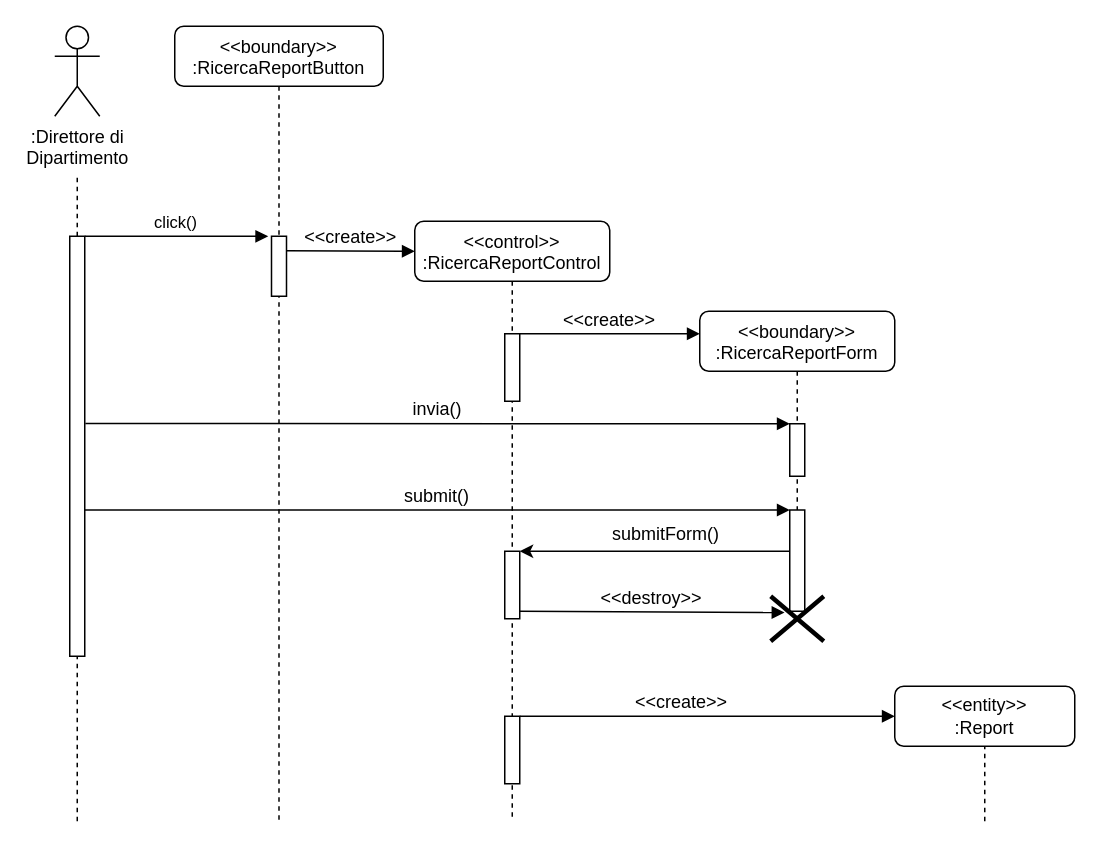
The draw.io diagram Documentazione/Resources/Sequence Diagram/Sequence Diagram SearchReport.drawio in Alberto-00/EasyPass, before the edit. Source tidied: cells renumbered, new cells numbered last; positions are measured from the earlier drawing's top-left corner, leaving out a move shared by most shapes. Both pictures are drawn from the tidied source at 150%, with x=0, y=0 at pixel (54, 26).
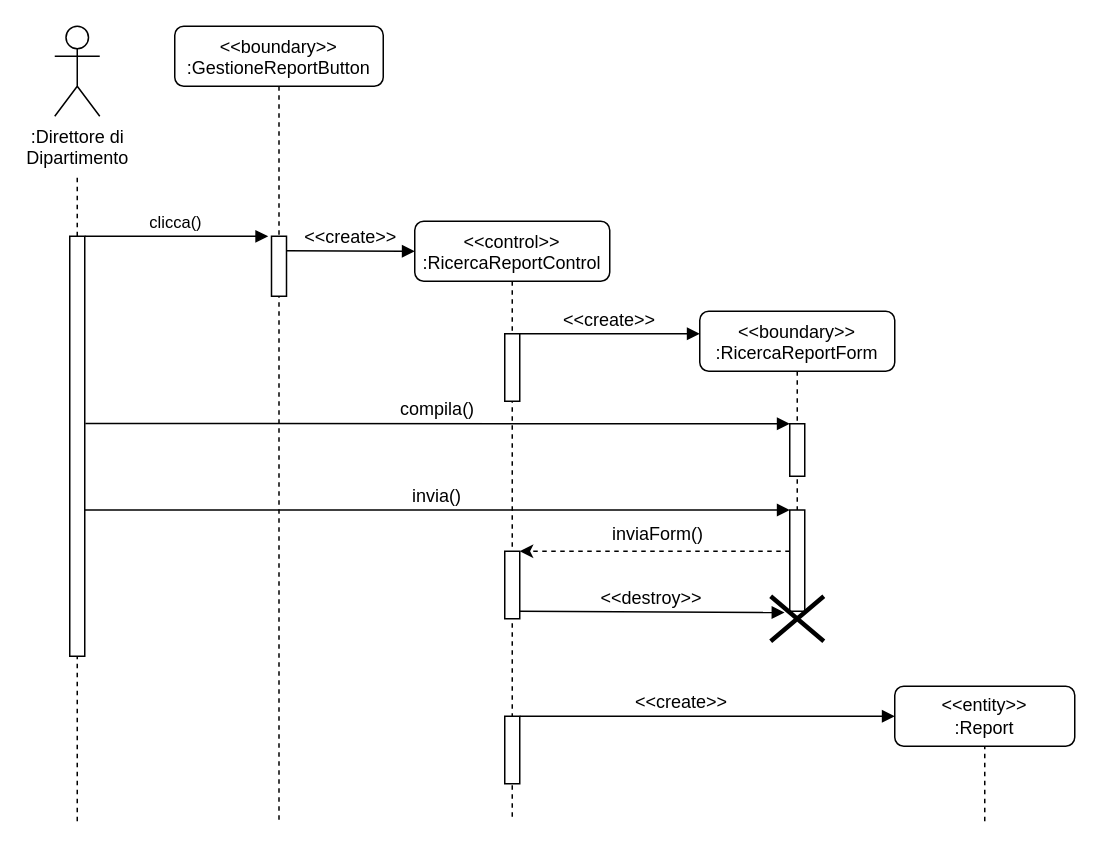
The same diagram, later.

Commit message (it also covers changes not shown here):
Sequence Diagram

Unchanged cells that the change refers to:
```xml
<mxCell id="3" style="points=[];perimeter=orthogonalPerimeter;rounded=0;shadow=0;strokeWidth=1;" parent="2" vertex="1">
  <mxGeometry x="64.5" y="140" width="10" height="40" as="geometry" />
</mxCell>
<mxCell id="13" style="points=[];perimeter=orthogonalPerimeter;rounded=0;shadow=0;strokeWidth=1;" parent="1" vertex="1">
  <mxGeometry x="10" y="140" width="10" height="280" as="geometry" />
</mxCell>
<mxCell id="14" value="&lt;&lt;boundary&gt;&gt;&#10;:RicercaReportForm" style="shape=umlLifeline;perimeter=lifelinePerimeter;rounded=1;shadow=0;strokeWidth=1;" parent="1" vertex="1">
  <mxGeometry x="430" y="190" width="130" height="200" as="geometry" />
</mxCell>
<mxCell id="17" style="points=[];perimeter=orthogonalPerimeter;rounded=0;shadow=0;strokeWidth=1;" parent="14" vertex="1">
  <mxGeometry x="60" y="132.5" width="10" height="67.5" as="geometry" />
</mxCell>
```

The edit, as a diff of the source:
```diff
@@
-    <mxCell id="2" value="&lt;&lt;boundary&gt;&gt;&#10;:RicercaReportButton" style="shape=umlLifeline;perimeter=lifelinePerimeter;rounded=1;shadow=0;strokeWidth=1;fontSize=12;" parent="1" vertex="1">
+    <mxCell id="2" value="&lt;&lt;boundary&gt;&gt;&#10;:GestioneReportButton" style="shape=umlLifeline;perimeter=lifelinePerimeter;rounded=1;shadow=0;strokeWidth=1;fontSize=12;" parent="1" vertex="1">
       <mxGeometry x="80" width="139" height="530" as="geometry" />
     </mxCell>
@@
-    <mxCell id="10" value="click()" style="verticalAlign=bottom;endArrow=block;shadow=0;strokeWidth=1;entryX=-0.217;entryY=0.002;entryDx=0;entryDy=0;entryPerimeter=0;" parent="1" edge="1" source="13" target="3">
+    <mxCell id="10" value="clicca()" style="verticalAlign=bottom;endArrow=block;shadow=0;strokeWidth=1;entryX=-0.217;entryY=0.002;entryDx=0;entryDy=0;entryPerimeter=0;" parent="1" edge="1" source="13" target="3">
       <mxGeometry relative="1" as="geometry" />
     </mxCell>
@@
-    <mxCell id="16" value="invia()" style="verticalAlign=bottom;endArrow=block;shadow=0;strokeWidth=1;entryX=-0.217;entryY=0.002;entryDx=0;entryDy=0;entryPerimeter=0;exitX=1.041;exitY=0.446;exitDx=0;exitDy=0;exitPerimeter=0;fontSize=12;" parent="14" edge="1" source="13">
+    <mxCell id="16" value="compila()" style="verticalAlign=bottom;endArrow=block;shadow=0;strokeWidth=1;entryX=-0.217;entryY=0.002;entryDx=0;entryDy=0;entryPerimeter=0;exitX=1.041;exitY=0.446;exitDx=0;exitDy=0;exitPerimeter=0;fontSize=12;" parent="14" edge="1" source="13">
       <mxGeometry relative="1" as="geometry">
         <mxPoint x="60" y="75" as="targetPoint" />
       </mxGeometry>
     </mxCell>
@@
-    <mxCell id="18" value="submit()" style="verticalAlign=bottom;endArrow=block;shadow=0;strokeWidth=1;entryX=-0.217;entryY=0.002;entryDx=0;entryDy=0;entryPerimeter=0;exitX=1;exitY=0.658;exitDx=0;exitDy=0;exitPerimeter=0;fontSize=12;" parent="14" edge="1">
+    <mxCell id="18" value="invia()" style="verticalAlign=bottom;endArrow=block;shadow=0;strokeWidth=1;entryX=-0.217;entryY=0.002;entryDx=0;entryDy=0;entryPerimeter=0;exitX=1;exitY=0.658;exitDx=0;exitDy=0;exitPerimeter=0;fontSize=12;" parent="14" edge="1">
       <mxGeometry relative="1" as="geometry">
         <mxPoint x="-410" y="132.5" as="sourcePoint" />
         <mxPoint x="60" y="132.5" as="targetPoint" />
       </mxGeometry>
     </mxCell>
@@
-    <mxCell id="20" style="endArrow=classic;html=1;rounded=0;exitX=0;exitY=0.407;exitDx=0;exitDy=0;exitPerimeter=0;" parent="1" edge="1" source="17">
+    <mxCell id="20" style="endArrow=classic;html=1;rounded=0;exitX=0;exitY=0.407;exitDx=0;exitDy=0;exitPerimeter=0;dashed=1;" parent="1" edge="1" source="17">
       <mxGeometry relative="1" as="geometry">
         <mxPoint x="310" y="350" as="targetPoint" />
       </mxGeometry>
     </mxCell>
-    <mxCell id="21" value="&lt;span style=&quot;color: rgb(0 , 0 , 0) ; font-family: &amp;#34;helvetica&amp;#34; ; font-style: normal ; font-weight: 400 ; letter-spacing: normal ; text-align: center ; text-indent: 0px ; text-transform: none ; word-spacing: 0px ; background-color: rgb(255 , 255 , 255) ; display: inline ; float: none&quot;&gt;&lt;font style=&quot;font-size: 12px&quot;&gt;submitForm()&lt;/font&gt;&lt;/span&gt;" style="text;whiteSpace=wrap;html=1;" parent="1" vertex="1">
+    <mxCell id="21" value="&lt;span style=&quot;color: rgb(0 , 0 , 0) ; font-family: &amp;#34;helvetica&amp;#34; ; font-style: normal ; font-weight: 400 ; letter-spacing: normal ; text-align: center ; text-indent: 0px ; text-transform: none ; word-spacing: 0px ; background-color: rgb(255 , 255 , 255) ; display: inline ; float: none&quot;&gt;&lt;font style=&quot;font-size: 12px&quot;&gt;inviaForm()&lt;/font&gt;&lt;/span&gt;" style="text;whiteSpace=wrap;html=1;" parent="1" vertex="1">
       <mxGeometry x="370" y="325" width="40" height="30" as="geometry" />
     </mxCell>
```
